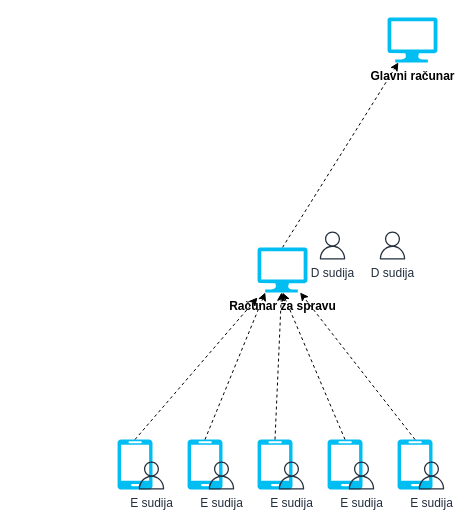
Before: Documentation/ApparatusJudgeOrganization.drawio in stojanovic00/GCOptimizer, a draw.io diagram. Source tidied: cells renumbered, new cells numbered last; positions are measured from the earlier drawing's top-left corner, leaving out a move shared by most shapes. Both pictures are drawn from the tidied source at 100%, with x=0, y=0 at pixel (117, 17).
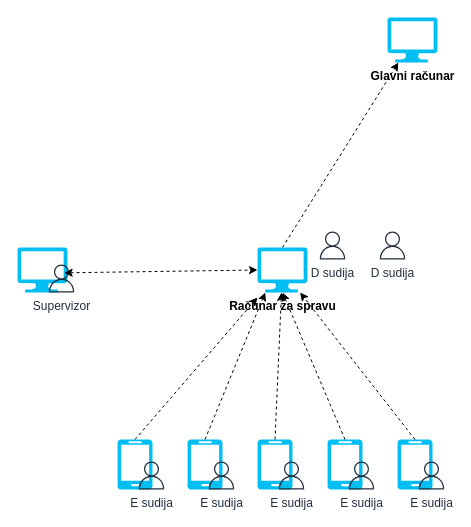
After the change.

Unchanged cells that the change refers to:
```xml
<mxCell id="4" value="&lt;b&gt;Računar za spravu&lt;/b&gt;" style="verticalLabelPosition=bottom;html=1;verticalAlign=top;align=center;strokeColor=none;fillColor=#00BEF2;shape=mxgraph.azure.computer;" parent="1" vertex="1">
  <mxGeometry x="140" y="230" width="50" height="45" as="geometry" />
</mxCell>
```

What changed in the source:
```diff
@@
+    <mxCell id="27" style="verticalLabelPosition=bottom;html=1;verticalAlign=top;align=center;strokeColor=none;fillColor=#00BEF2;shape=mxgraph.azure.computer;" parent="1" vertex="1">
+      <mxGeometry x="-100" y="230" width="50" height="45" as="geometry" />
+    </mxCell>
+    <mxCell id="28" value="Supervizor" style="sketch=0;fontColor=#232F3E;gradientColor=none;fillColor=#232F3D;strokeColor=none;dashed=0;verticalLabelPosition=bottom;verticalAlign=top;align=center;html=1;fontSize=12;fontStyle=0;shape=mxgraph.aws4.user;" parent="1" vertex="1">
+      <mxGeometry x="-70" y="247" width="28" height="28" as="geometry" />
+    </mxCell>
+    <mxCell id="29" style="endArrow=classic;dashed=1;html=1;rounded=0;entryX=0;entryY=0.5;entryDx=0;entryDy=0;entryPerimeter=0;endFill=1;startArrow=classic;startFill=1;exitX=0.933;exitY=0.563;exitDx=0;exitDy=0;exitPerimeter=0;" parent="1" edge="1" source="27" target="4">
+      <mxGeometry relative="1" as="geometry" />
+    </mxCell>
```
